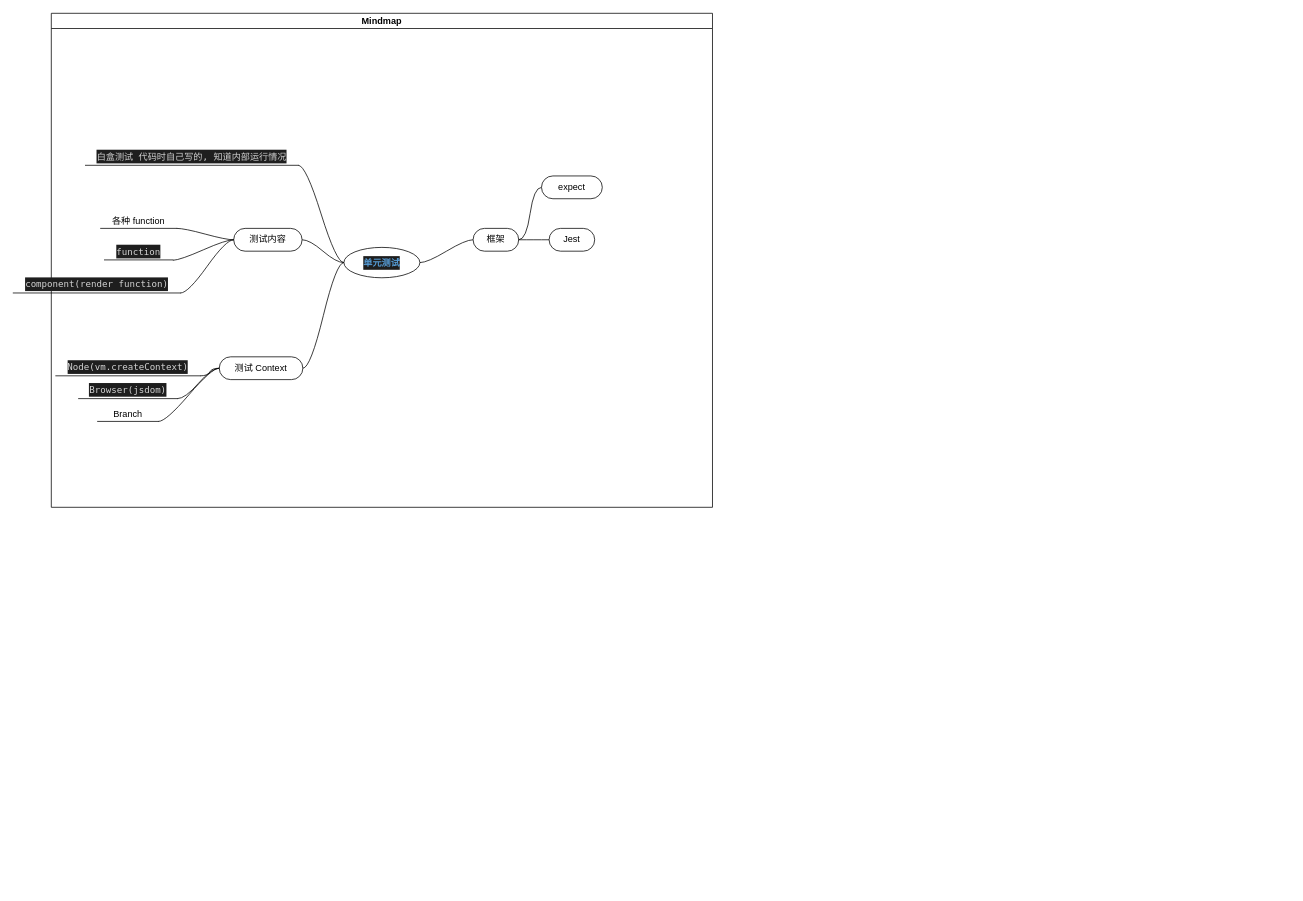
The draw.io diagram page "unit test" (2 of 3) of code-test/test.drawio in NiLinli/learn-web, before the edit. Source tidied: cells renumbered, new cells numbered last; positions are measured from the earlier drawing's top-left corner, leaving out a move shared by most shapes. Both pictures are drawn from the tidied source at 76%, with x=0, y=0 at pixel (13, 13).
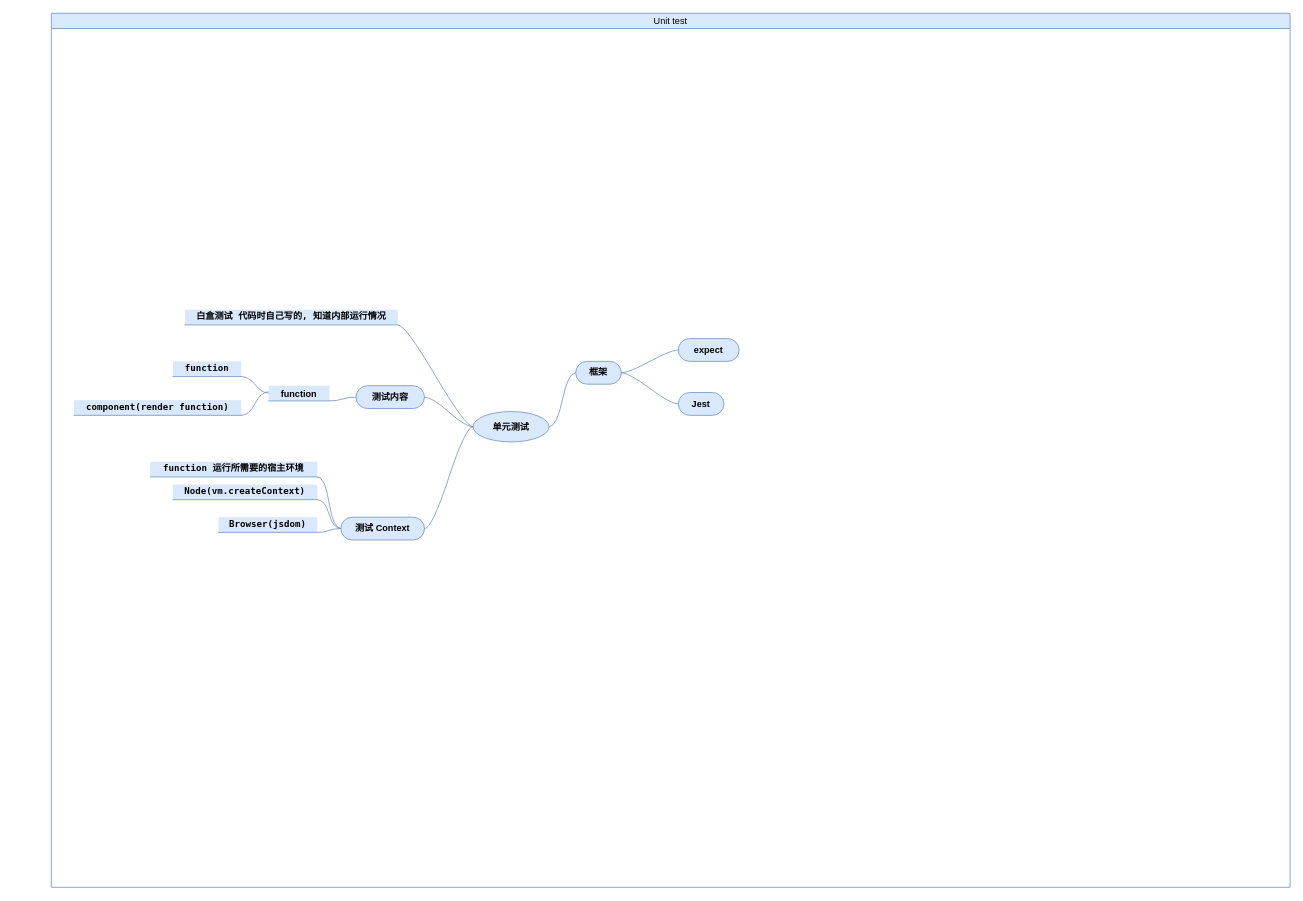
The same page after the edit.

Change to the diagram source:
```diff
@@
-    <mxCell id="2" value="Mindmap" style="swimlane;startSize=20;horizontal=1;containerType=tree;" parent="1" vertex="1">
-      <mxGeometry x="50" width="870" height="650" as="geometry" />
+    <mxCell id="2" value="Unit test" style="swimlane;startSize=20;horizontal=1;containerType=tree;fillColor=#dae8fc;strokeColor=#6c8ebf;labelBackgroundColor=none;fontColor=default;fontStyle=0;" parent="1" vertex="1">
+      <mxGeometry x="50" width="1630" height="1150" as="geometry" />
     </mxCell>
-    <mxCell id="3" style="edgeStyle=entityRelationEdgeStyle;startArrow=none;endArrow=none;segment=10;curved=1;rounded=0;" parent="2" edge="1" source="6" target="7">
+    <mxCell id="3" style="edgeStyle=entityRelationEdgeStyle;startArrow=none;endArrow=none;segment=10;curved=1;rounded=0;fillColor=#dae8fc;strokeColor=#6c8ebf;labelBackgroundColor=none;fontColor=default;fontStyle=1;" parent="2" edge="1" source="6" target="7">
       <mxGeometry relative="1" as="geometry" />
     </mxCell>
-    <mxCell id="4" style="edgeStyle=entityRelationEdgeStyle;startArrow=none;endArrow=none;segment=10;curved=1;rounded=0;" parent="2" edge="1" source="6" target="8">
+    <mxCell id="4" style="edgeStyle=entityRelationEdgeStyle;startArrow=none;endArrow=none;segment=10;curved=1;rounded=0;fillColor=#dae8fc;strokeColor=#6c8ebf;labelBackgroundColor=none;fontColor=default;fontStyle=1;" parent="2" edge="1" source="6" target="8">
       <mxGeometry relative="1" as="geometry" />
     </mxCell>
-    <mxCell id="5" style="edgeStyle=entityRelationEdgeStyle;startArrow=none;endArrow=none;segment=10;curved=1;rounded=0;" parent="2" edge="1" source="6" target="9">
+    <mxCell id="5" style="edgeStyle=entityRelationEdgeStyle;startArrow=none;endArrow=none;segment=10;curved=1;rounded=0;fillColor=#dae8fc;strokeColor=#6c8ebf;labelBackgroundColor=none;fontColor=default;fontStyle=1;" parent="2" edge="1" source="6" target="9">
       <mxGeometry relative="1" as="geometry" />
     </mxCell>
-    <mxCell id="6" value="&lt;div style=&quot;color: rgb(212 , 212 , 212) ; background-color: rgb(30 , 30 , 30) ; font-family: &amp;#34;menlo&amp;#34; , &amp;#34;monaco&amp;#34; , &amp;#34;courier new&amp;#34; , monospace ; line-height: 18px&quot;&gt;&lt;span style=&quot;color: #569cd6 ; font-weight: bold&quot;&gt;单元测试&lt;/span&gt;&lt;/div&gt;" style="ellipse;whiteSpace=wrap;html=1;align=center;newEdgeStyle={&quot;edgeStyle&quot;:&quot;entityRelationEdgeStyle&quot;,&quot;startArrow&quot;:&quot;none&quot;,&quot;endArrow&quot;:&quot;none&quot;,&quot;segment&quot;:10,&quot;curved&quot;:1};" parent="2" vertex="1">
-      <mxGeometry x="385" y="308" width="100" height="40" as="geometry" />
+    <mxCell id="6" value="&lt;div style=&quot;font-family: menlo, monaco, &amp;quot;courier new&amp;quot;, monospace; line-height: 18px;&quot;&gt;&lt;span style=&quot;&quot;&gt;单元测试&lt;/span&gt;&lt;/div&gt;" style="ellipse;whiteSpace=wrap;html=1;align=center;newEdgeStyle={&quot;edgeStyle&quot;:&quot;entityRelationEdgeStyle&quot;,&quot;startArrow&quot;:&quot;none&quot;,&quot;endArrow&quot;:&quot;none&quot;,&quot;segment&quot;:10,&quot;curved&quot;:1};fillColor=#dae8fc;strokeColor=#6c8ebf;labelBackgroundColor=none;fontColor=default;fontStyle=1;" parent="2" vertex="1">
+      <mxGeometry x="555" y="524" width="100" height="40" as="geometry" />
     </mxCell>
-    <mxCell id="7" value="框架" style="whiteSpace=wrap;html=1;rounded=1;arcSize=50;align=center;verticalAlign=middle;strokeWidth=1;spacing=4;newEdgeStyle={&quot;edgeStyle&quot;:&quot;entityRelationEdgeStyle&quot;,&quot;startArrow&quot;:&quot;none&quot;,&quot;endArrow&quot;:&quot;none&quot;,&quot;segment&quot;:10,&quot;curved&quot;:1};" parent="2" vertex="1">
-      <mxGeometry x="555" y="283" width="60" height="30" as="geometry" />
+    <mxCell id="7" value="框架" style="whiteSpace=wrap;html=1;rounded=1;arcSize=50;align=center;verticalAlign=middle;strokeWidth=1;spacing=4;newEdgeStyle={&quot;edgeStyle&quot;:&quot;entityRelationEdgeStyle&quot;,&quot;startArrow&quot;:&quot;none&quot;,&quot;endArrow&quot;:&quot;none&quot;,&quot;segment&quot;:10,&quot;curved&quot;:1};fillColor=#dae8fc;strokeColor=#6c8ebf;labelBackgroundColor=none;fontColor=default;fontStyle=1;" parent="2" vertex="1">
+      <mxGeometry x="690" y="458" width="60" height="30" as="geometry" />
     </mxCell>
-    <mxCell id="8" value="测试内容" style="whiteSpace=wrap;html=1;rounded=1;arcSize=50;align=center;verticalAlign=middle;strokeWidth=1;spacing=4;newEdgeStyle={&quot;edgeStyle&quot;:&quot;entityRelationEdgeStyle&quot;,&quot;startArrow&quot;:&quot;none&quot;,&quot;endArrow&quot;:&quot;none&quot;,&quot;segment&quot;:10,&quot;curved&quot;:1};" parent="2" vertex="1">
-      <mxGeometry x="240" y="283" width="90" height="30" as="geometry" />
+    <mxCell id="8" value="测试内容" style="whiteSpace=wrap;html=1;rounded=1;arcSize=50;align=center;verticalAlign=middle;strokeWidth=1;spacing=4;newEdgeStyle={&quot;edgeStyle&quot;:&quot;entityRelationEdgeStyle&quot;,&quot;startArrow&quot;:&quot;none&quot;,&quot;endArrow&quot;:&quot;none&quot;,&quot;segment&quot;:10,&quot;curved&quot;:1};fillColor=#dae8fc;strokeColor=#6c8ebf;labelBackgroundColor=none;fontColor=default;fontStyle=1;" parent="2" vertex="1">
+      <mxGeometry x="401" y="490" width="90" height="30" as="geometry" />
     </mxCell>
-    <mxCell id="9" value="&lt;div style=&quot;color: rgb(212 , 212 , 212) ; background-color: rgb(30 , 30 , 30) ; font-family: &amp;#34;menlo&amp;#34; , &amp;#34;monaco&amp;#34; , &amp;#34;courier new&amp;#34; , monospace ; line-height: 18px&quot;&gt;白盒测试 代码时自己写的, 知道内部运行情况 &lt;/div&gt;" style="whiteSpace=wrap;html=1;shape=partialRectangle;top=0;left=0;bottom=1;right=0;points=[[0,1],[1,1]];fillColor=none;align=center;verticalAlign=bottom;routingCenterY=0.5;snapToPoint=1;newEdgeStyle={&quot;edgeStyle&quot;:&quot;entityRelationEdgeStyle&quot;,&quot;startArrow&quot;:&quot;none&quot;,&quot;endArrow&quot;:&quot;none&quot;,&quot;segment&quot;:10,&quot;curved&quot;:1};" parent="2" vertex="1">
-      <mxGeometry x="45" y="180" width="280" height="20" as="geometry" />
+    <mxCell id="9" value="&lt;div style=&quot;font-family: menlo, monaco, &amp;quot;courier new&amp;quot;, monospace; line-height: 18px;&quot;&gt;白盒测试 代码时自己写的, 知道内部运行情况 &lt;/div&gt;" style="whiteSpace=wrap;html=1;shape=partialRectangle;top=0;left=0;bottom=1;right=0;points=[[0,1],[1,1]];fillColor=#dae8fc;align=center;verticalAlign=bottom;routingCenterY=0.5;snapToPoint=1;newEdgeStyle={&quot;edgeStyle&quot;:&quot;entityRelationEdgeStyle&quot;,&quot;startArrow&quot;:&quot;none&quot;,&quot;endArrow&quot;:&quot;none&quot;,&quot;segment&quot;:10,&quot;curved&quot;:1};strokeColor=#6c8ebf;labelBackgroundColor=none;fontColor=default;fontStyle=1;" parent="2" vertex="1">
+      <mxGeometry x="176" y="390" width="280" height="20" as="geometry" />
     </mxCell>
-    <mxCell id="10" value="&lt;div style=&quot;color: rgb(212 , 212 , 212) ; background-color: rgb(30 , 30 , 30) ; font-family: &amp;#34;menlo&amp;#34; , &amp;#34;monaco&amp;#34; , &amp;#34;courier new&amp;#34; , monospace ; line-height: 18px&quot;&gt;function&lt;/div&gt;" style="whiteSpace=wrap;html=1;shape=partialRectangle;top=0;left=0;bottom=1;right=0;points=[[0,1],[1,1]];fillColor=none;align=center;verticalAlign=bottom;routingCenterY=0.5;snapToPoint=1;newEdgeStyle={&quot;edgeStyle&quot;:&quot;entityRelationEdgeStyle&quot;,&quot;startArrow&quot;:&quot;none&quot;,&quot;endArrow&quot;:&quot;none&quot;,&quot;segment&quot;:10,&quot;curved&quot;:1};" parent="2" vertex="1">
-      <mxGeometry x="70" y="304.5" width="90" height="20" as="geometry" />
+    <mxCell id="10" value="&lt;div style=&quot;font-family: menlo, monaco, &amp;quot;courier new&amp;quot;, monospace; line-height: 18px;&quot;&gt;function&lt;/div&gt;" style="whiteSpace=wrap;html=1;shape=partialRectangle;top=0;left=0;bottom=1;right=0;points=[[0,1],[1,1]];fillColor=#dae8fc;align=center;verticalAlign=bottom;routingCenterY=0.5;snapToPoint=1;newEdgeStyle={&quot;edgeStyle&quot;:&quot;entityRelationEdgeStyle&quot;,&quot;startArrow&quot;:&quot;none&quot;,&quot;endArrow&quot;:&quot;none&quot;,&quot;segment&quot;:10,&quot;curved&quot;:1};strokeColor=#6c8ebf;labelBackgroundColor=none;fontColor=default;fontStyle=1;" parent="2" vertex="1">
+      <mxGeometry x="160" y="458" width="90" height="20" as="geometry" />
     </mxCell>
-    <mxCell id="11" style="edgeStyle=entityRelationEdgeStyle;startArrow=none;endArrow=none;segment=10;curved=1;rounded=0;" parent="2" edge="1" source="8" target="10">
+    <mxCell id="11" style="edgeStyle=entityRelationEdgeStyle;startArrow=none;endArrow=none;segment=10;curved=1;rounded=0;fillColor=#dae8fc;strokeColor=#6c8ebf;labelBackgroundColor=none;fontColor=default;fontStyle=1;exitX=0.011;exitY=0.491;exitDx=0;exitDy=0;exitPerimeter=0;" parent="2" edge="1" source="15" target="10">
       <mxGeometry relative="1" as="geometry" />
     </mxCell>
-    <mxCell id="12" style="edgeStyle=entityRelationEdgeStyle;startArrow=none;endArrow=none;segment=10;curved=1;rounded=0;" parent="2" edge="1" source="8" target="13">
+    <mxCell id="12" style="edgeStyle=entityRelationEdgeStyle;startArrow=none;endArrow=none;segment=10;curved=1;rounded=0;fillColor=#dae8fc;strokeColor=#6c8ebf;labelBackgroundColor=none;fontColor=default;fontStyle=1;exitX=0;exitY=0.4;exitDx=0;exitDy=0;exitPerimeter=0;" parent="2" edge="1" source="15" target="13">
       <mxGeometry relative="1" as="geometry" />
     </mxCell>
-    <mxCell id="13" value="&lt;div style=&quot;color: rgb(212 , 212 , 212) ; background-color: rgb(30 , 30 , 30) ; font-family: &amp;#34;menlo&amp;#34; , &amp;#34;monaco&amp;#34; , &amp;#34;courier new&amp;#34; , monospace ; line-height: 18px&quot;&gt;component(render function) &lt;/div&gt;" style="whiteSpace=wrap;html=1;shape=partialRectangle;top=0;left=0;bottom=1;right=0;points=[[0,1],[1,1]];fillColor=none;align=center;verticalAlign=bottom;routingCenterY=0.5;snapToPoint=1;newEdgeStyle={&quot;edgeStyle&quot;:&quot;entityRelationEdgeStyle&quot;,&quot;startArrow&quot;:&quot;none&quot;,&quot;endArrow&quot;:&quot;none&quot;,&quot;segment&quot;:10,&quot;curved&quot;:1};" parent="2" vertex="1">
-      <mxGeometry x="-50" y="348" width="220" height="20" as="geometry" />
+    <mxCell id="13" value="&lt;div style=&quot;font-family: menlo, monaco, &amp;quot;courier new&amp;quot;, monospace; line-height: 18px;&quot;&gt;component(render function) &lt;/div&gt;" style="whiteSpace=wrap;html=1;shape=partialRectangle;top=0;left=0;bottom=1;right=0;points=[[0,1],[1,1]];fillColor=#dae8fc;align=center;verticalAlign=bottom;routingCenterY=0.5;snapToPoint=1;newEdgeStyle={&quot;edgeStyle&quot;:&quot;entityRelationEdgeStyle&quot;,&quot;startArrow&quot;:&quot;none&quot;,&quot;endArrow&quot;:&quot;none&quot;,&quot;segment&quot;:10,&quot;curved&quot;:1};strokeColor=#6c8ebf;labelBackgroundColor=none;fontColor=default;fontStyle=1;" parent="2" vertex="1">
+      <mxGeometry x="30" y="509" width="220" height="20" as="geometry" />
     </mxCell>
-    <mxCell id="14" style="edgeStyle=entityRelationEdgeStyle;startArrow=none;endArrow=none;segment=10;curved=1;rounded=0;" parent="2" edge="1" source="8" target="15">
+    <mxCell id="14" style="edgeStyle=entityRelationEdgeStyle;startArrow=none;endArrow=none;segment=10;curved=1;rounded=0;fillColor=#dae8fc;strokeColor=#6c8ebf;labelBackgroundColor=none;fontColor=default;fontStyle=1;" parent="2" edge="1" source="8" target="15">
       <mxGeometry relative="1" as="geometry" />
     </mxCell>
-    <mxCell id="15" value="各种 function" style="whiteSpace=wrap;html=1;shape=partialRectangle;top=0;left=0;bottom=1;right=0;points=[[0,1],[1,1]];fillColor=none;align=center;verticalAlign=bottom;routingCenterY=0.5;snapToPoint=1;newEdgeStyle={&quot;edgeStyle&quot;:&quot;entityRelationEdgeStyle&quot;,&quot;startArrow&quot;:&quot;none&quot;,&quot;endArrow&quot;:&quot;none&quot;,&quot;segment&quot;:10,&quot;curved&quot;:1};" parent="2" vertex="1">
-      <mxGeometry x="65" y="263" width="100" height="20" as="geometry" />
+    <mxCell id="15" value="function" style="whiteSpace=wrap;html=1;shape=partialRectangle;top=0;left=0;bottom=1;right=0;points=[[0,1],[1,1]];fillColor=#dae8fc;align=center;verticalAlign=bottom;routingCenterY=0.5;snapToPoint=1;newEdgeStyle={&quot;edgeStyle&quot;:&quot;entityRelationEdgeStyle&quot;,&quot;startArrow&quot;:&quot;none&quot;,&quot;endArrow&quot;:&quot;none&quot;,&quot;segment&quot;:10,&quot;curved&quot;:1};strokeColor=#6c8ebf;labelBackgroundColor=none;fontColor=default;fontStyle=1;" parent="2" vertex="1">
+      <mxGeometry x="286" y="490" width="80" height="20" as="geometry" />
     </mxCell>
-    <mxCell id="16" value="测试 Context" style="whiteSpace=wrap;html=1;rounded=1;arcSize=50;align=center;verticalAlign=middle;strokeWidth=1;spacing=4;newEdgeStyle={&quot;edgeStyle&quot;:&quot;entityRelationEdgeStyle&quot;,&quot;startArrow&quot;:&quot;none&quot;,&quot;endArrow&quot;:&quot;none&quot;,&quot;segment&quot;:10,&quot;curved&quot;:1};" parent="2" vertex="1">
-      <mxGeometry x="221" y="452" width="110" height="30" as="geometry" />
+    <mxCell id="16" value="测试 Context" style="whiteSpace=wrap;html=1;rounded=1;arcSize=50;align=center;verticalAlign=middle;strokeWidth=1;spacing=4;newEdgeStyle={&quot;edgeStyle&quot;:&quot;entityRelationEdgeStyle&quot;,&quot;startArrow&quot;:&quot;none&quot;,&quot;endArrow&quot;:&quot;none&quot;,&quot;segment&quot;:10,&quot;curved&quot;:1};fillColor=#dae8fc;strokeColor=#6c8ebf;labelBackgroundColor=none;fontColor=default;fontStyle=1;" parent="2" vertex="1">
+      <mxGeometry x="381" y="663" width="110" height="30" as="geometry" />
     </mxCell>
-    <mxCell id="17" style="edgeStyle=entityRelationEdgeStyle;startArrow=none;endArrow=none;segment=10;curved=1;rounded=0;" parent="2" edge="1" source="6" target="16">
+    <mxCell id="17" style="edgeStyle=entityRelationEdgeStyle;startArrow=none;endArrow=none;segment=10;curved=1;rounded=0;fillColor=#dae8fc;strokeColor=#6c8ebf;labelBackgroundColor=none;fontColor=default;fontStyle=1;" parent="2" edge="1" source="6" target="16">
       <mxGeometry relative="1" as="geometry" />
     </mxCell>
-    <mxCell id="18" value="&lt;div style=&quot;color: rgb(212 , 212 , 212) ; background-color: rgb(30 , 30 , 30) ; font-family: &amp;#34;menlo&amp;#34; , &amp;#34;monaco&amp;#34; , &amp;#34;courier new&amp;#34; , monospace ; line-height: 18px&quot;&gt;Node(vm.createContext)&lt;/div&gt;" style="whiteSpace=wrap;html=1;shape=partialRectangle;top=0;left=0;bottom=1;right=0;points=[[0,1],[1,1]];fillColor=none;align=center;verticalAlign=bottom;routingCenterY=0.5;snapToPoint=1;newEdgeStyle={&quot;edgeStyle&quot;:&quot;entityRelationEdgeStyle&quot;,&quot;startArrow&quot;:&quot;none&quot;,&quot;endArrow&quot;:&quot;none&quot;,&quot;segment&quot;:10,&quot;curved&quot;:1};" parent="2" vertex="1">
-      <mxGeometry x="6" y="457" width="190" height="20" as="geometry" />
+    <mxCell id="18" value="&lt;div style=&quot;font-family: menlo, monaco, &amp;quot;courier new&amp;quot;, monospace; line-height: 18px;&quot;&gt;Node(vm.createContext)&lt;/div&gt;" style="whiteSpace=wrap;html=1;shape=partialRectangle;top=0;left=0;bottom=1;right=0;points=[[0,1],[1,1]];fillColor=#dae8fc;align=center;verticalAlign=bottom;routingCenterY=0.5;snapToPoint=1;newEdgeStyle={&quot;edgeStyle&quot;:&quot;entityRelationEdgeStyle&quot;,&quot;startArrow&quot;:&quot;none&quot;,&quot;endArrow&quot;:&quot;none&quot;,&quot;segment&quot;:10,&quot;curved&quot;:1};strokeColor=#6c8ebf;labelBackgroundColor=none;fontColor=default;fontStyle=1;" parent="2" vertex="1">
+      <mxGeometry x="160" y="620" width="190" height="20" as="geometry" />
     </mxCell>
-    <mxCell id="19" style="edgeStyle=entityRelationEdgeStyle;startArrow=none;endArrow=none;segment=10;curved=1;rounded=0;" parent="2" edge="1" source="16" target="18">
+    <mxCell id="19" style="edgeStyle=entityRelationEdgeStyle;startArrow=none;endArrow=none;segment=10;curved=1;rounded=0;fillColor=#dae8fc;strokeColor=#6c8ebf;labelBackgroundColor=none;fontColor=default;fontStyle=1;" parent="2" edge="1" source="16" target="18">
       <mxGeometry relative="1" as="geometry" />
     </mxCell>
-    <mxCell id="20" style="edgeStyle=entityRelationEdgeStyle;startArrow=none;endArrow=none;segment=10;curved=1;rounded=0;" parent="2" edge="1" source="16" target="21">
+    <mxCell id="20" style="edgeStyle=entityRelationEdgeStyle;startArrow=none;endArrow=none;segment=10;curved=1;rounded=0;fillColor=#dae8fc;strokeColor=#6c8ebf;labelBackgroundColor=none;fontColor=default;fontStyle=1;" parent="2" edge="1" source="16" target="21">
       <mxGeometry relative="1" as="geometry" />
     </mxCell>
-    <mxCell id="21" value="&lt;div style=&quot;color: rgb(212 , 212 , 212) ; background-color: rgb(30 , 30 , 30) ; font-family: &amp;#34;menlo&amp;#34; , &amp;#34;monaco&amp;#34; , &amp;#34;courier new&amp;#34; , monospace ; line-height: 18px&quot;&gt;Browser(jsdom)&lt;/div&gt;" style="whiteSpace=wrap;html=1;shape=partialRectangle;top=0;left=0;bottom=1;right=0;points=[[0,1],[1,1]];fillColor=none;align=center;verticalAlign=bottom;routingCenterY=0.5;snapToPoint=1;newEdgeStyle={&quot;edgeStyle&quot;:&quot;entityRelationEdgeStyle&quot;,&quot;startArrow&quot;:&quot;none&quot;,&quot;endArrow&quot;:&quot;none&quot;,&quot;segment&quot;:10,&quot;curved&quot;:1};" parent="2" vertex="1">
-      <mxGeometry x="36" y="487" width="130" height="20" as="geometry" />
+    <mxCell id="21" value="&lt;div style=&quot;font-family: menlo, monaco, &amp;quot;courier new&amp;quot;, monospace; line-height: 18px;&quot;&gt;Browser(jsdom)&lt;/div&gt;" style="whiteSpace=wrap;html=1;shape=partialRectangle;top=0;left=0;bottom=1;right=0;points=[[0,1],[1,1]];fillColor=#dae8fc;align=center;verticalAlign=bottom;routingCenterY=0.5;snapToPoint=1;newEdgeStyle={&quot;edgeStyle&quot;:&quot;entityRelationEdgeStyle&quot;,&quot;startArrow&quot;:&quot;none&quot;,&quot;endArrow&quot;:&quot;none&quot;,&quot;segment&quot;:10,&quot;curved&quot;:1};strokeColor=#6c8ebf;labelBackgroundColor=none;fontColor=default;fontStyle=1;" parent="2" vertex="1">
+      <mxGeometry x="220" y="663" width="130" height="20" as="geometry" />
     </mxCell>
-    <mxCell id="22" style="edgeStyle=entityRelationEdgeStyle;startArrow=none;endArrow=none;segment=10;curved=1;rounded=0;" parent="2" edge="1" source="16" target="23">
-      <mxGeometry relative="1" as="geometry" />
-    </mxCell>
-    <mxCell id="23" value="Branch" style="whiteSpace=wrap;html=1;shape=partialRectangle;top=0;left=0;bottom=1;right=0;points=[[0,1],[1,1]];fillColor=none;align=center;verticalAlign=bottom;routingCenterY=0.5;snapToPoint=1;newEdgeStyle={&quot;edgeStyle&quot;:&quot;entityRelationEdgeStyle&quot;,&quot;startArrow&quot;:&quot;none&quot;,&quot;endArrow&quot;:&quot;none&quot;,&quot;segment&quot;:10,&quot;curved&quot;:1};" parent="2" vertex="1">
-      <mxGeometry x="61" y="517" width="80" height="20" as="geometry" />
-    </mxCell>
-    <mxCell id="24" style="edgeStyle=entityRelationEdgeStyle;startArrow=none;endArrow=none;segment=10;curved=1;rounded=0;" parent="2" edge="1" source="7" target="25">
+    <mxCell id="24" style="edgeStyle=entityRelationEdgeStyle;startArrow=none;endArrow=none;segment=10;curved=1;rounded=0;fillColor=#dae8fc;strokeColor=#6c8ebf;labelBackgroundColor=none;fontColor=default;fontStyle=1;" parent="2" edge="1" source="7" target="25">
       <mxGeometry relative="1" as="geometry" />
     </mxCell>
-    <mxCell id="25" value="Jest" style="whiteSpace=wrap;html=1;rounded=1;arcSize=50;align=center;verticalAlign=middle;strokeWidth=1;spacing=4;newEdgeStyle={&quot;edgeStyle&quot;:&quot;entityRelationEdgeStyle&quot;,&quot;startArrow&quot;:&quot;none&quot;,&quot;endArrow&quot;:&quot;none&quot;,&quot;segment&quot;:10,&quot;curved&quot;:1};" parent="2" vertex="1">
-      <mxGeometry x="655" y="283" width="60" height="30" as="geometry" />
+    <mxCell id="25" value="Jest" style="whiteSpace=wrap;html=1;rounded=1;arcSize=50;align=center;verticalAlign=middle;strokeWidth=1;spacing=4;newEdgeStyle={&quot;edgeStyle&quot;:&quot;entityRelationEdgeStyle&quot;,&quot;startArrow&quot;:&quot;none&quot;,&quot;endArrow&quot;:&quot;none&quot;,&quot;segment&quot;:10,&quot;curved&quot;:1};fillColor=#dae8fc;strokeColor=#6c8ebf;labelBackgroundColor=none;fontColor=default;fontStyle=1;" parent="2" vertex="1">
+      <mxGeometry x="825" y="499" width="60" height="30" as="geometry" />
     </mxCell>
-    <mxCell id="26" style="edgeStyle=entityRelationEdgeStyle;startArrow=none;endArrow=none;segment=10;curved=1;rounded=0;" parent="2" edge="1" source="7" target="27">
+    <mxCell id="26" style="edgeStyle=entityRelationEdgeStyle;startArrow=none;endArrow=none;segment=10;curved=1;rounded=0;fillColor=#dae8fc;strokeColor=#6c8ebf;labelBackgroundColor=none;fontColor=default;fontStyle=1;" parent="2" edge="1" source="7" target="27">
       <mxGeometry relative="1" as="geometry" />
     </mxCell>
-    <mxCell id="27" value="expect" style="whiteSpace=wrap;html=1;rounded=1;arcSize=50;align=center;verticalAlign=middle;strokeWidth=1;spacing=4;newEdgeStyle={&quot;edgeStyle&quot;:&quot;entityRelationEdgeStyle&quot;,&quot;startArrow&quot;:&quot;none&quot;,&quot;endArrow&quot;:&quot;none&quot;,&quot;segment&quot;:10,&quot;curved&quot;:1};" parent="2" vertex="1">
-      <mxGeometry x="645" y="214" width="80" height="30" as="geometry" />
+    <mxCell id="27" value="expect" style="whiteSpace=wrap;html=1;rounded=1;arcSize=50;align=center;verticalAlign=middle;strokeWidth=1;spacing=4;newEdgeStyle={&quot;edgeStyle&quot;:&quot;entityRelationEdgeStyle&quot;,&quot;startArrow&quot;:&quot;none&quot;,&quot;endArrow&quot;:&quot;none&quot;,&quot;segment&quot;:10,&quot;curved&quot;:1};fillColor=#dae8fc;strokeColor=#6c8ebf;labelBackgroundColor=none;fontColor=default;fontStyle=1;" parent="2" vertex="1">
+      <mxGeometry x="825" y="428" width="80" height="30" as="geometry" />
     </mxCell>
+    <mxCell id="28" style="edgeStyle=entityRelationEdgeStyle;startArrow=none;endArrow=none;segment=10;curved=1;rounded=0;fillColor=#dae8fc;strokeColor=#6c8ebf;labelBackgroundColor=none;fontColor=default;fontStyle=1;" parent="2" edge="1" source="16" target="29">
+      <mxGeometry relative="1" as="geometry" />
+    </mxCell>
+    <mxCell id="29" value="&lt;div style=&quot;font-family: &amp;#34;menlo&amp;#34; , &amp;#34;monaco&amp;#34; , &amp;#34;courier new&amp;#34; , monospace ; line-height: 18px&quot;&gt;function 运行所需要的宿主环境&lt;/div&gt;" style="whiteSpace=wrap;html=1;shape=partialRectangle;top=0;left=0;bottom=1;right=0;points=[[0,1],[1,1]];fillColor=#dae8fc;align=center;verticalAlign=bottom;routingCenterY=0.5;snapToPoint=1;newEdgeStyle={&quot;edgeStyle&quot;:&quot;entityRelationEdgeStyle&quot;,&quot;startArrow&quot;:&quot;none&quot;,&quot;endArrow&quot;:&quot;none&quot;,&quot;segment&quot;:10,&quot;curved&quot;:1};strokeColor=#6c8ebf;labelBackgroundColor=none;fontColor=default;fontStyle=1;" parent="2" vertex="1">
+      <mxGeometry x="130" y="590" width="220" height="20" as="geometry" />
+    </mxCell>
```
